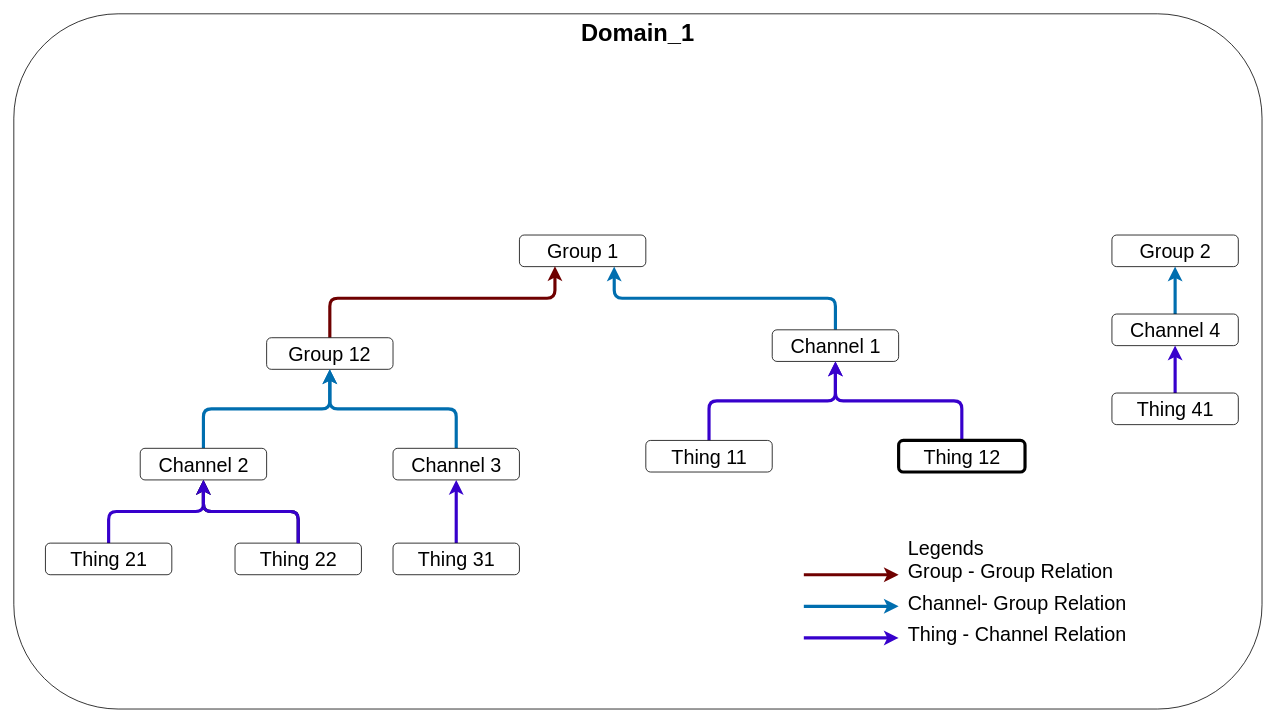
Earlier version of the draw.io diagram docs/diagrams/domain_users.drawio (absmach/supermq-docs). Source tidied: cells renumbered, new cells numbered last; positions are measured from the earlier drawing's top-left corner, leaving out a move shared by most shapes. Both pictures are drawn from the tidied source at 79%, with x=0, y=0 at pixel (13, 13).
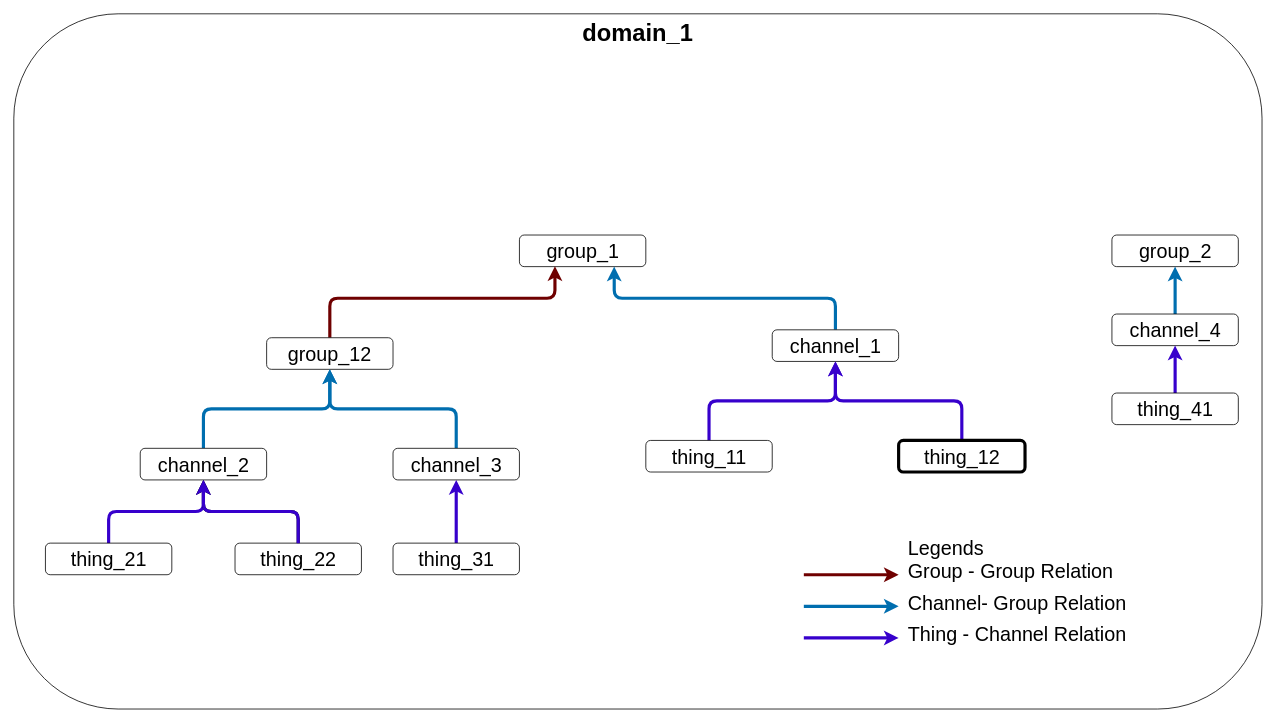
Above is the later version.

What changed in the source:
```diff
@@
+    <mxCell id="38" parent="0" />
@@
-    <mxCell id="2" value="&lt;font style=&quot;font-size: 30px;&quot;&gt;&lt;b style=&quot;&quot;&gt;Domain_1&lt;/b&gt;&lt;/font&gt;" style="rounded=1;whiteSpace=wrap;html=1;verticalAlign=top;" parent="1" vertex="1">
+    <mxCell id="2" value="&lt;font style=&quot;font-size: 30px;&quot;&gt;&lt;b style=&quot;&quot;&gt;domain_1&lt;/b&gt;&lt;/font&gt;" style="rounded=1;whiteSpace=wrap;html=1;verticalAlign=top;" parent="1" vertex="1">
       <mxGeometry width="1580" height="880" as="geometry" />
     </mxCell>
@@
-    <mxCell id="4" value="Group 1" style="rounded=1;html=1;fontSize=25;" parent="3" vertex="1">
+    <mxCell id="4" value="group_1" style="rounded=1;html=1;fontSize=25;" parent="3" vertex="1">
       <mxGeometry x="640" y="280" width="160" height="40" as="geometry" />
     </mxCell>
@@
-    <mxCell id="6" value="Group 12" style="rounded=1;whiteSpace=wrap;html=1;fontSize=25;" parent="3" vertex="1">
+    <mxCell id="6" value="group_12" style="rounded=1;whiteSpace=wrap;html=1;fontSize=25;" parent="3" vertex="1">
       <mxGeometry x="320" y="410" width="160" height="40" as="geometry" />
     </mxCell>
@@
-    <mxCell id="8" value="Channel 2" style="rounded=1;html=1;fontSize=25;" parent="3" vertex="1">
+    <mxCell id="8" value="channel_2" style="rounded=1;html=1;fontSize=25;" parent="3" vertex="1">
       <mxGeometry x="160" y="550" width="160" height="40" as="geometry" />
     </mxCell>
@@
-    <mxCell id="10" value="Channel 3" style="rounded=1;html=1;fontSize=25;" parent="3" vertex="1">
+    <mxCell id="10" value="channel_3" style="rounded=1;html=1;fontSize=25;" parent="3" vertex="1">
       <mxGeometry x="480" y="550" width="160" height="40" as="geometry" />
     </mxCell>
@@
-    <mxCell id="12" value="Channel 1" style="rounded=1;html=1;fontSize=25;" parent="3" vertex="1">
+    <mxCell id="12" value="channel_1" style="rounded=1;html=1;fontSize=25;" parent="3" vertex="1">
       <mxGeometry x="960" y="400" width="160" height="40" as="geometry" />
     </mxCell>
@@
-    <mxCell id="14" value="Thing 11" style="rounded=1;html=1;fontSize=25;" parent="3" vertex="1">
+    <mxCell id="14" value="thing_11" style="rounded=1;html=1;fontSize=25;" parent="3" vertex="1">
       <mxGeometry x="800" y="540" width="160" height="40" as="geometry" />
     </mxCell>
@@
-    <mxCell id="16" value="Thing 12" style="rounded=1;html=1;fontSize=25;strokeWidth=4;" parent="3" vertex="1">
+    <mxCell id="16" value="thing_12" style="rounded=1;html=1;fontSize=25;strokeWidth=4;" parent="3" vertex="1">
       <mxGeometry x="1120" y="540" width="160" height="40" as="geometry" />
     </mxCell>
@@
-    <mxCell id="18" value="Thing 21" style="rounded=1;html=1;fontSize=25;" parent="3" vertex="1">
+    <mxCell id="18" value="thing_21" style="rounded=1;html=1;fontSize=25;" parent="3" vertex="1">
       <mxGeometry x="40" y="670" width="160" height="40" as="geometry" />
     </mxCell>
@@
-    <mxCell id="20" value="Thing 22" style="rounded=1;html=1;fontSize=25;" parent="3" vertex="1">
+    <mxCell id="20" value="thing_22" style="rounded=1;html=1;fontSize=25;" parent="3" vertex="1">
       <mxGeometry x="280" y="670" width="160" height="40" as="geometry" />
     </mxCell>
@@
-    <mxCell id="22" value="Thing 31" style="rounded=1;html=1;fontSize=25;" parent="3" vertex="1">
+    <mxCell id="22" value="thing_31" style="rounded=1;html=1;fontSize=25;" parent="3" vertex="1">
       <mxGeometry x="480" y="670" width="160" height="40" as="geometry" />
     </mxCell>
@@
-    <mxCell id="24" value="Group 2" style="rounded=1;html=1;fontSize=25;" parent="3" vertex="1">
+    <mxCell id="24" value="group_2" style="rounded=1;html=1;fontSize=25;" parent="3" vertex="1">
       <mxGeometry x="1390" y="280" width="160" height="40" as="geometry" />
     </mxCell>
@@
-    <mxCell id="26" value="Channel 4" style="rounded=1;html=1;fontSize=25;" parent="3" vertex="1">
+    <mxCell id="26" value="channel_4" style="rounded=1;html=1;fontSize=25;" parent="3" vertex="1">
       <mxGeometry x="1390" y="380" width="160" height="40" as="geometry" />
     </mxCell>
@@
-    <mxCell id="28" value="Thing 41" style="rounded=1;html=1;fontSize=25;" parent="3" vertex="1">
+    <mxCell id="28" value="thing_41" style="rounded=1;html=1;fontSize=25;" parent="3" vertex="1">
       <mxGeometry x="1390" y="480" width="160" height="40" as="geometry" />
     </mxCell>
```
